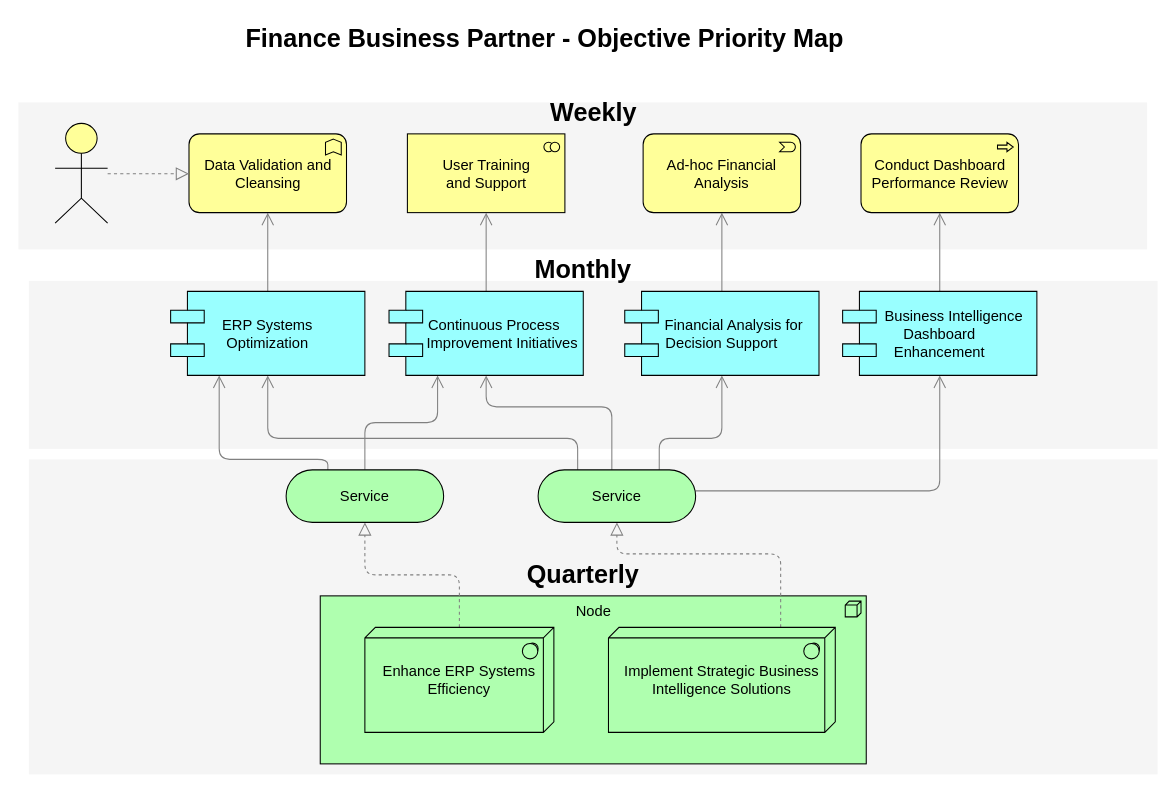
The draw.io diagram md/FBP Triangle Priority Diagram.drawio in dclose84/Training, before the edit. Source tidied: cells renumbered, new cells numbered last; positions are measured from the earlier drawing's top-left corner, leaving out a move shared by most shapes. Both pictures are drawn from the tidied source at 105%, with x=0, y=0 at pixel (18, 18).
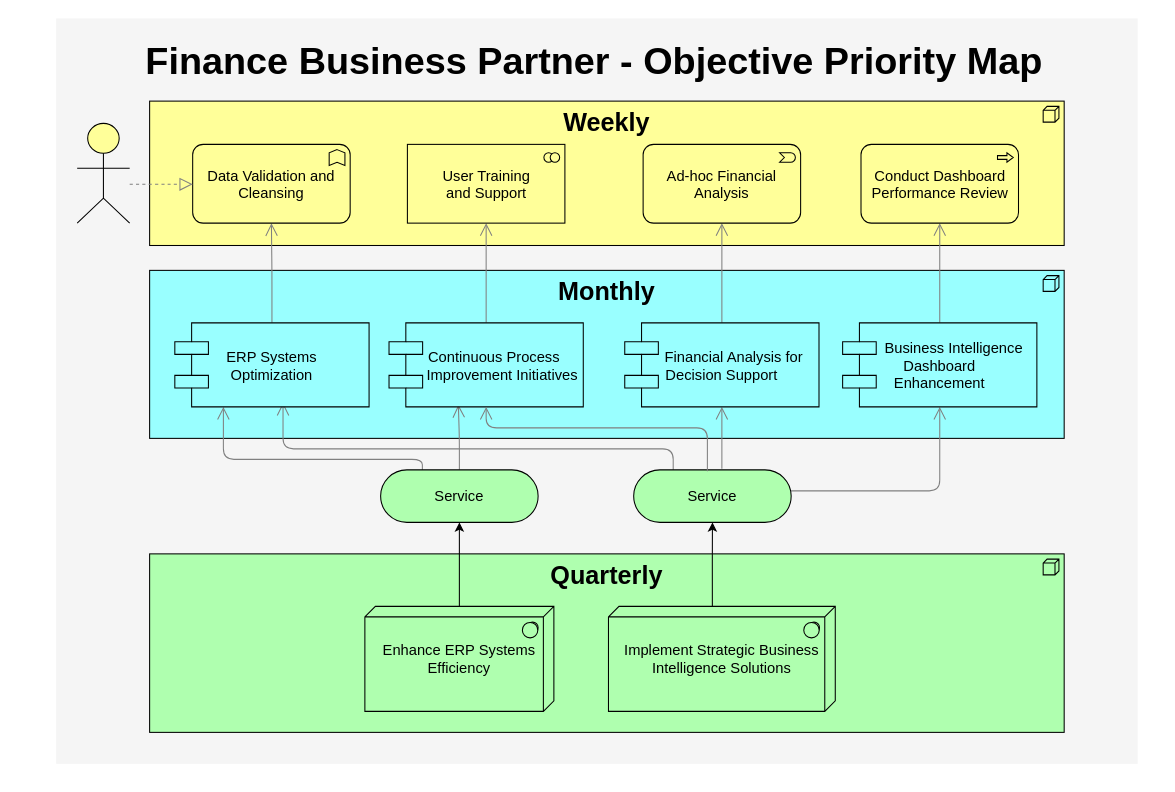
Above is the later version.

Diff of the diagram source:
```diff
@@
-    <mxCell id="2" style="whiteSpace=wrap;html=1;strokeColor=none;strokeWidth=1;fillColor=#f5f5f5;fontSize=14;" parent="1" vertex="1">
-      <mxGeometry x="10" y="420" width="1075" height="300" as="geometry" />
-    </mxCell>
-    <mxCell id="3" style="whiteSpace=wrap;html=1;strokeColor=none;strokeWidth=1;fillColor=#f5f5f5;fontSize=14;" parent="1" vertex="1">
-      <mxGeometry x="10" y="250" width="1075" height="160" as="geometry" />
-    </mxCell>
     <mxCell id="4" style="whiteSpace=wrap;html=1;strokeColor=none;strokeWidth=1;fillColor=#f5f5f5;fontSize=14;" parent="1" vertex="1">
-      <mxGeometry y="80" width="1075" height="140" as="geometry" />
+      <mxGeometry x="36" width="1030" height="710" as="geometry" />
     </mxCell>
+    <mxCell id="31" value="&lt;b&gt;&lt;font style=&quot;font-size: 24px;&quot;&gt;Monthly&lt;/font&gt;&lt;/b&gt;" style="html=1;whiteSpace=wrap;fillColor=#99FFFF;shape=mxgraph.archimate3.application;appType=node;archiType=square;fontSize=14;verticalAlign=top;" parent="1" vertex="1">
+      <mxGeometry x="125" y="240" width="871" height="160" as="geometry" />
+    </mxCell>
+    <mxCell id="32" value="&lt;b&gt;&lt;font style=&quot;font-size: 24px;&quot;&gt;Weekly&lt;/font&gt;&lt;/b&gt;" style="html=1;whiteSpace=wrap;fillColor=#FFFF99;shape=mxgraph.archimate3.application;appType=node;archiType=square;fontSize=14;verticalAlign=top;" parent="1" vertex="1">
+      <mxGeometry x="125" y="78.8" width="871" height="137.5" as="geometry" />
+    </mxCell>
-    <mxCell id="5" value="Node" style="html=1;whiteSpace=wrap;fillColor=#AFFFAF;shape=mxgraph.archimate3.application;appType=node;archiType=square;fontSize=14;verticalAlign=top;" parent="1" vertex="1">
-      <mxGeometry x="287.5" y="550" width="520" height="160" as="geometry" />
+    <mxCell id="5" value="&lt;b&gt;&lt;font style=&quot;font-size: 24px;&quot;&gt;Quarterly&lt;/font&gt;&lt;/b&gt;" style="html=1;whiteSpace=wrap;fillColor=#AFFFAF;shape=mxgraph.archimate3.application;appType=node;archiType=square;fontSize=14;verticalAlign=top;" parent="1" vertex="1">
+      <mxGeometry x="125" y="510" width="871" height="170" as="geometry" />
     </mxCell>
+    <mxCell id="7" value="&lt;div&gt;Enhance ERP Systems Efficiency&lt;/div&gt;" style="html=1;whiteSpace=wrap;fillColor=#AFFFAF;shape=mxgraph.archimate3.tech;techType=sysSw;fontSize=14;" parent="1" vertex="1">
+      <mxGeometry x="330" y="560" width="180" height="100" as="geometry" />
+    </mxCell>
-    <mxCell id="6" style="edgeStyle=elbowEdgeStyle;rounded=1;elbow=vertical;html=1;startSize=10;endArrow=block;endFill=0;endSize=10;jettySize=auto;strokeColor=#808080;fontSize=14;dashed=1;" parent="1" edge="1" source="7" target="12">
+    <mxCell id="6" style="edgeStyle=orthogonalEdgeStyle;rounded=0;jettySize=auto;html=1;" parent="1" edge="1" source="7" target="12">
       <mxGeometry relative="1" as="geometry" />
     </mxCell>
-    <mxCell id="7" value="&lt;div&gt;Enhance ERP Systems Efficiency&lt;/div&gt;" style="html=1;whiteSpace=wrap;fillColor=#AFFFAF;shape=mxgraph.archimate3.tech;techType=sysSw;fontSize=14;" parent="1" vertex="1">
-      <mxGeometry x="330" y="580" width="180" height="100" as="geometry" />
-    </mxCell>
-    <mxCell id="8" style="edgeStyle=elbowEdgeStyle;rounded=1;elbow=vertical;html=1;startSize=10;endArrow=block;endFill=0;endSize=10;jettySize=auto;strokeColor=#808080;fontSize=14;dashed=1;" parent="1" edge="1" source="9" target="17">
-      <mxGeometry relative="1" as="geometry">
-        <Array as="points">
-          <mxPoint x="726" y="510" />
-        </Array>
-      </mxGeometry>
-    </mxCell>
     <mxCell id="9" value="&lt;div&gt;Implement Strategic Business Intelligence Solutions&lt;/div&gt;" style="html=1;whiteSpace=wrap;fillColor=#AFFFAF;shape=mxgraph.archimate3.tech;techType=sysSw;fontSize=14;" parent="1" vertex="1">
-      <mxGeometry x="562" y="580" width="216" height="100" as="geometry" />
+      <mxGeometry x="562" y="560" width="216" height="100" as="geometry" />
     </mxCell>
-    <mxCell id="10" style="edgeStyle=elbowEdgeStyle;rounded=1;elbow=vertical;html=1;startSize=10;endArrow=open;endFill=0;endSize=10;jettySize=auto;strokeColor=#808080;fontSize=14;entryX=0.25;entryY=1;" parent="1" edge="1" source="12" target="21">
-      <mxGeometry relative="1" as="geometry" />
+    <mxCell id="10" style="edgeStyle=elbowEdgeStyle;rounded=1;elbow=vertical;html=1;startSize=10;endArrow=open;endFill=0;endSize=10;jettySize=auto;strokeColor=#808080;fontSize=14;entryX=0.357;entryY=0.975;entryDx=0;entryDy=0;entryPerimeter=0;exitX=0.5;exitY=0;exitDx=0;exitDy=0;exitPerimeter=0;" parent="1" edge="1" source="12" target="21">
+      <mxGeometry relative="1" as="geometry">
+        <Array as="points">
+          <mxPoint x="436" y="400" />
+        </Array>
+      </mxGeometry>
     </mxCell>
@@
     <mxCell id="12" value="Service" style="html=1;whiteSpace=wrap;fillColor=#AFFFAF;shape=mxgraph.archimate3.service;fontSize=14;" parent="1" vertex="1">
-      <mxGeometry x="255" y="430" width="150" height="50" as="geometry" />
+      <mxGeometry x="345" y="430" width="150" height="50" as="geometry" />
     </mxCell>
@@
-    <mxCell id="14" style="edgeStyle=elbowEdgeStyle;rounded=1;elbow=vertical;html=1;startSize=10;endArrow=open;endFill=0;endSize=10;jettySize=auto;strokeColor=#808080;fontSize=14;entryX=0.5;entryY=1;exitX=0.769;exitY=0.025;exitPerimeter=0;" parent="1" edge="1" source="17" target="23">
-      <mxGeometry relative="1" as="geometry">
-        <Array as="points">
-          <mxPoint x="625" y="400" />
-        </Array>
-      </mxGeometry>
+    <mxCell id="14" style="edgeStyle=elbowEdgeStyle;rounded=1;elbow=vertical;html=1;startSize=10;endArrow=open;endFill=0;endSize=10;jettySize=auto;strokeColor=#808080;fontSize=14;entryX=0.5;entryY=1;exitX=0.56;exitY=-0.02;exitPerimeter=0;exitDx=0;exitDy=0;" parent="1" edge="1" source="17" target="23">
+      <mxGeometry relative="1" as="geometry" />
     </mxCell>
-    <mxCell id="15" style="edgeStyle=elbowEdgeStyle;rounded=1;elbow=vertical;html=1;startSize=10;endArrow=open;endFill=0;endSize=10;jettySize=auto;strokeColor=#808080;fontSize=14;entryX=0.5;entryY=1;exitX=0.468;exitY=0.025;exitPerimeter=0;" parent="1" edge="1" source="17" target="21">
-      <mxGeometry relative="1" as="geometry">
-        <Array as="points">
-          <mxPoint x="515" y="370" />
-        </Array>
-      </mxGeometry>
-    </mxCell>
-    <mxCell id="16" style="edgeStyle=elbowEdgeStyle;rounded=1;elbow=vertical;html=1;startSize=10;endArrow=open;endFill=0;endSize=10;jettySize=auto;strokeColor=#808080;fontSize=14;exitX=0.251;exitY=0.002;exitPerimeter=0;" parent="1" edge="1" source="17" target="19">
+    <mxCell id="16" style="edgeStyle=elbowEdgeStyle;rounded=1;elbow=vertical;html=1;startSize=10;endArrow=open;endFill=0;endSize=10;jettySize=auto;strokeColor=#808080;fontSize=14;exitX=0.251;exitY=0.002;exitPerimeter=0;entryX=0.557;entryY=0.95;entryDx=0;entryDy=0;entryPerimeter=0;" parent="1" edge="1" source="17" target="19">
       <mxGeometry relative="1" as="geometry">
         <Array as="points">
-          <mxPoint x="405" y="400" />
+          <mxPoint x="626" y="410" />
         </Array>
       </mxGeometry>
     </mxCell>
     <mxCell id="17" value="Service" style="html=1;whiteSpace=wrap;fillColor=#AFFFAF;shape=mxgraph.archimate3.service;fontSize=14;" parent="1" vertex="1">
-      <mxGeometry x="495" y="430" width="150" height="50" as="geometry" />
+      <mxGeometry x="586" y="430" width="150" height="50" as="geometry" />
     </mxCell>
@@
     <mxCell id="19" value="ERP Systems&#10;Optimization" style="shape=component;align=center;fillColor=#99ffff;gradientColor=none;fontSize=14;" parent="1" vertex="1">
-      <mxGeometry x="145" y="260" width="185" height="80" as="geometry" />
+      <mxGeometry x="149" y="290" width="185" height="80" as="geometry" />
     </mxCell>
@@
     <mxCell id="21" value="    Continuous Process&#10;        Improvement Initiatives" style="shape=component;align=center;fillColor=#99ffff;gradientColor=none;fontSize=14;" parent="1" vertex="1">
-      <mxGeometry x="353" y="260" width="185" height="80" as="geometry" />
+      <mxGeometry x="353" y="290" width="185" height="80" as="geometry" />
     </mxCell>
@@
     <mxCell id="23" value="      Financial Analysis for&#10;Decision Support" style="shape=component;align=center;fillColor=#99ffff;gradientColor=none;fontSize=14;" parent="1" vertex="1">
-      <mxGeometry x="577.5" y="260" width="185" height="80" as="geometry" />
+      <mxGeometry x="577.5" y="290" width="185" height="80" as="geometry" />
     </mxCell>
@@
     <mxCell id="25" value="       Business Intelligence&#10;Dashboard &#10;Enhancement" style="shape=component;align=center;fillColor=#99ffff;gradientColor=none;fontSize=14;" parent="1" vertex="1">
-      <mxGeometry x="785" y="260" width="185" height="80" as="geometry" />
+      <mxGeometry x="785" y="290" width="185" height="80" as="geometry" />
     </mxCell>
     <mxCell id="26" value="Data Validation and&lt;br&gt;Cleansing" style="html=1;whiteSpace=wrap;fillColor=#ffff99;shape=mxgraph.archimate3.application;appType=func;archiType=rounded;fontSize=14;" parent="1" vertex="1">
-      <mxGeometry x="162.5" y="110" width="150" height="75" as="geometry" />
+      <mxGeometry x="166" y="120" width="150" height="75" as="geometry" />
     </mxCell>
     <mxCell id="27" value="User Training&lt;br&gt;and Support" style="html=1;whiteSpace=wrap;fillColor=#ffff99;shape=mxgraph.archimate3.application;appType=collab;archiType=square;fontSize=14;" parent="1" vertex="1">
-      <mxGeometry x="370.5" y="110" width="150" height="75" as="geometry" />
+      <mxGeometry x="370.5" y="120" width="150" height="75" as="geometry" />
     </mxCell>
     <mxCell id="28" value="Ad-hoc Financial&lt;br&gt;Analysis" style="html=1;whiteSpace=wrap;fillColor=#ffff99;shape=mxgraph.archimate3.application;appType=event;archiType=rounded;fontSize=14;" parent="1" vertex="1">
-      <mxGeometry x="595" y="110" width="150" height="75" as="geometry" />
+      <mxGeometry x="595" y="120" width="150" height="75" as="geometry" />
     </mxCell>
     <mxCell id="29" value="&lt;div&gt;Conduct Dashboard Performance Review&lt;/div&gt;" style="html=1;whiteSpace=wrap;fillColor=#ffff99;shape=mxgraph.archimate3.application;appType=proc;archiType=rounded;fontSize=14;" parent="1" vertex="1">
-      <mxGeometry x="802.5" y="110" width="150" height="75" as="geometry" />
+      <mxGeometry x="802.5" y="120" width="150" height="75" as="geometry" />
     </mxCell>
-    <mxCell id="30" value="&lt;b&gt;&lt;font style=&quot;font-size: 24px;&quot;&gt;Quarterly&lt;/font&gt;&lt;/b&gt;" style="text;html=1;strokeColor=none;fillColor=none;align=center;verticalAlign=middle;whiteSpace=wrap;fontSize=14;" parent="1" vertex="1">
-      <mxGeometry x="417.5" y="520" width="240" height="20" as="geometry" />
-    </mxCell>
-    <mxCell id="31" value="&lt;b&gt;&lt;font style=&quot;font-size: 24px;&quot;&gt;Monthly&lt;/font&gt;&lt;/b&gt;" style="text;html=1;strokeColor=none;fillColor=none;align=center;verticalAlign=middle;whiteSpace=wrap;fontSize=14;" parent="1" vertex="1">
-      <mxGeometry x="417.5" y="230" width="240" height="20" as="geometry" />
-    </mxCell>
-    <mxCell id="32" value="&lt;font style=&quot;font-size: 24px;&quot;&gt;Weekly&lt;/font&gt;" style="text;html=1;strokeColor=none;fillColor=none;align=center;verticalAlign=middle;whiteSpace=wrap;fontSize=14;fontStyle=1;" parent="1" vertex="1">
-      <mxGeometry x="427.5" y="80" width="240" height="20" as="geometry" />
-    </mxCell>
@@
     <mxCell id="34" style="html=1;whiteSpace=wrap;fillColor=#ffff99;shape=mxgraph.archimate3.actor;fontSize=14;" parent="1" vertex="1">
-      <mxGeometry x="35" y="100" width="50" height="95" as="geometry" />
+      <mxGeometry x="56" y="100" width="50" height="95" as="geometry" />
     </mxCell>
-    <mxCell id="35" value="Finance Business Partner - Objective Priority Map" style="text;strokeColor=none;fillColor=none;html=1;fontSize=24;fontStyle=1;verticalAlign=middle;align=center;" parent="1" vertex="1">
-      <mxGeometry x="16" width="970" height="40" as="geometry" />
+    <mxCell id="35" value="&lt;font style=&quot;font-size: 36px;&quot;&gt;Finance Business Partner - Objective Priority Map&lt;/font&gt;" style="text;strokeColor=none;fillColor=none;html=1;fontSize=24;fontStyle=1;verticalAlign=middle;align=center;" parent="1" vertex="1">
+      <mxGeometry x="62.5" y="20" width="970" height="40" as="geometry" />
     </mxCell>
+    <mxCell id="15" style="edgeStyle=elbowEdgeStyle;rounded=1;elbow=vertical;html=1;startSize=10;endArrow=open;endFill=0;endSize=10;jettySize=auto;strokeColor=#808080;fontSize=14;exitX=0.468;exitY=0.025;exitPerimeter=0;" parent="1" edge="1" source="17" target="21">
+      <mxGeometry relative="1" as="geometry">
+        <Array as="points">
+          <mxPoint x="556" y="390" />
+        </Array>
+      </mxGeometry>
+    </mxCell>
+    <mxCell id="8" style="edgeStyle=orthogonalEdgeStyle;rounded=0;jettySize=auto;html=1;exitX=0.458;exitY=0;exitDx=0;exitDy=0;exitPerimeter=0;" parent="1" edge="1" source="9" target="17">
+      <mxGeometry relative="1" as="geometry" />
+    </mxCell>
```
